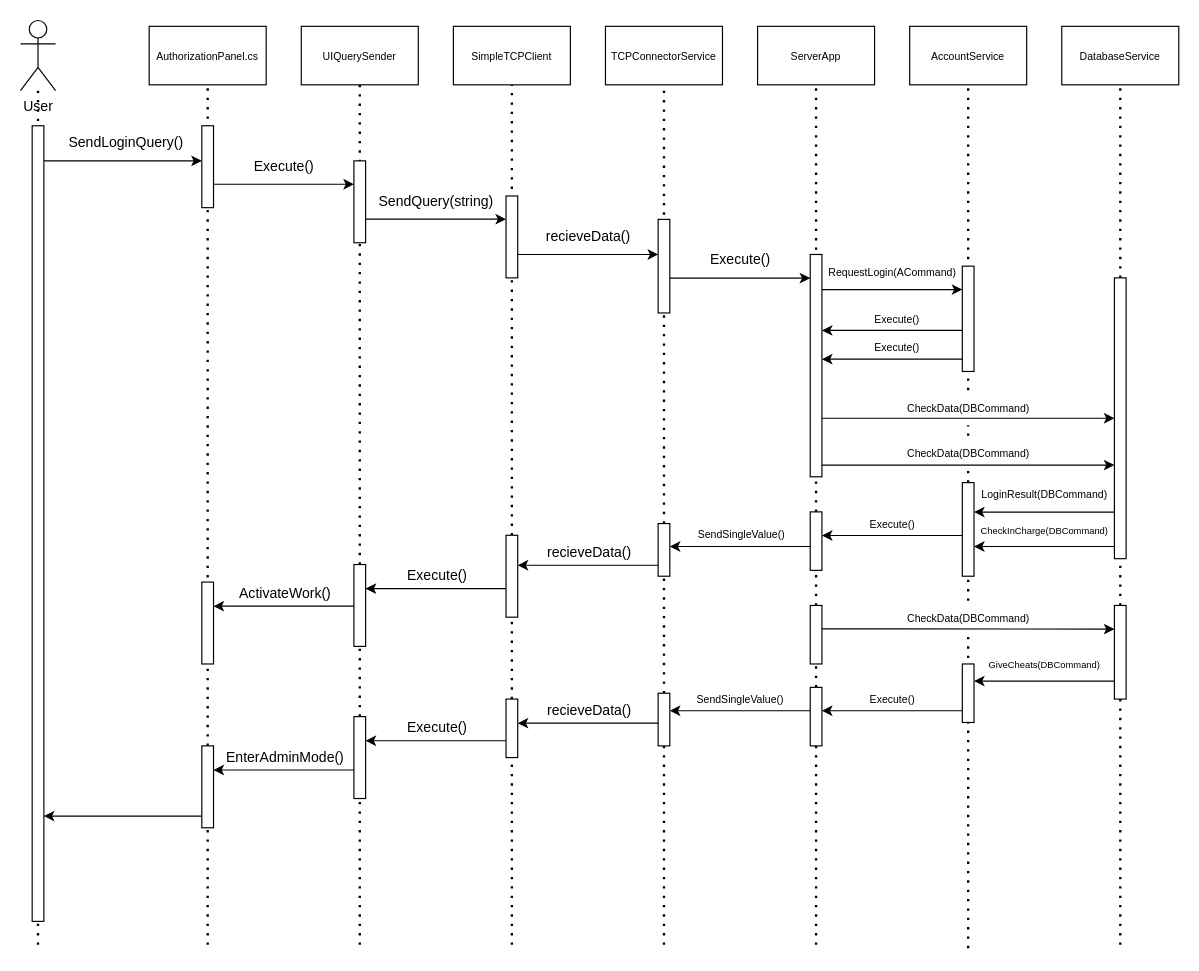
Before: coursework/diagrams/Последовательно.drawio in ThomasCharester/KursuchShop, a draw.io diagram. Source tidied: cells renumbered, new cells numbered last; positions are measured from the earlier drawing's top-left corner, leaving out a move shared by most shapes. Both pictures are drawn from the tidied source at 117%, with x=0, y=0 at pixel (20, 20).
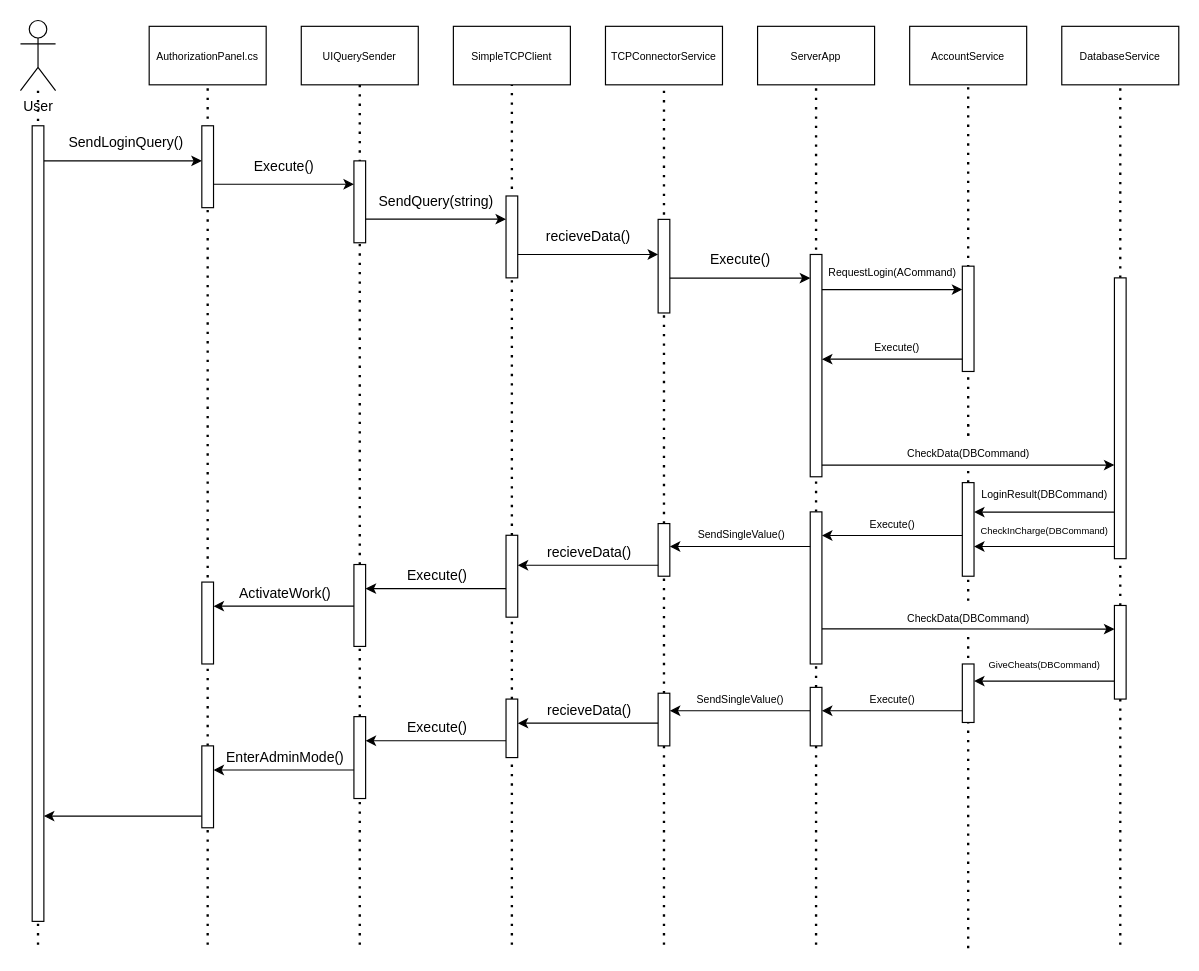
The same page after the edit.

The change refers to these unchanged cells:
```xml
<mxCell id="19" value="&lt;font style=&quot;font-size: 9px;&quot;&gt;AccountService&lt;/font&gt;" style="rounded=0;whiteSpace=wrap;html=1;" parent="1" vertex="1">
  <mxGeometry x="760" y="5" width="100" height="50" as="geometry" />
</mxCell>
<mxCell id="26" style="html=1;points=[[0,0,0,0,5],[0,1,0,0,-5],[1,0,0,0,5],[1,1,0,0,-5]];perimeter=orthogonalPerimeter;outlineConnect=0;targetShapes=umlLifeline;portConstraint=eastwest;newEdgeStyle={&quot;curved&quot;:0,&quot;rounded&quot;:0};" parent="1" vertex="1">
  <mxGeometry x="675" y="200" width="10" height="190" as="geometry" />
</mxCell>
<mxCell id="58" value="&lt;font style=&quot;font-size: 9px;&quot;&gt;CheckData(DBCommand)&lt;/font&gt;" style="text;html=1;align=center;verticalAlign=middle;points=[];strokeColor=none;fillColor=none;" parent="1" vertex="1">
  <mxGeometry x="745" y="355" width="130" height="30" as="geometry" />
</mxCell>
<mxCell id="76" style="html=1;points=[[0,0,0,0,5],[0,1,0,0,-5],[1,0,0,0,5],[1,1,0,0,-5]];perimeter=orthogonalPerimeter;outlineConnect=0;targetShapes=umlLifeline;portConstraint=eastwest;newEdgeStyle={&quot;curved&quot;:0,&quot;rounded&quot;:0};" parent="1" vertex="1">
  <mxGeometry x="675" y="570" width="10" height="50" as="geometry" />
</mxCell>
```

Change to the diagram source:
```diff
@@
-    <mxCell id="5" style="endArrow=none;dashed=1;html=1;dashPattern=1 3;strokeWidth=2;rounded=0;" parent="1" edge="1" source="60" target="19">
+    <mxCell id="5" style="endArrow=none;dashed=1;html=1;dashPattern=1 3;strokeWidth=2;rounded=0;" parent="1" edge="1" source="58" target="19">
       <mxGeometry relative="1" as="geometry" />
     </mxCell>
@@
-    <mxCell id="39" style="edgeStyle=orthogonalEdgeStyle;rounded=0;jettySize=auto;html=1;curved=0;" parent="1" edge="1" source="26">
-      <mxGeometry relative="1" as="geometry">
-        <mxPoint x="935" y="340" as="targetPoint" />
-        <Array as="points">
-          <mxPoint x="935" y="340" />
-        </Array>
-      </mxGeometry>
-    </mxCell>
@@
-    <mxCell id="47" style="edgeStyle=orthogonalEdgeStyle;rounded=0;jettySize=auto;html=1;curved=0;" parent="1" edge="1" source="62">
+    <mxCell id="47" style="edgeStyle=orthogonalEdgeStyle;rounded=0;orthogonalLoop=1;jettySize=auto;html=1;curved=0;" parent="1" edge="1">
       <mxGeometry relative="1" as="geometry">
+        <mxPoint x="685" y="520" as="sourcePoint" />
         <mxPoint x="935" y="520.2" as="targetPoint" />
         <Array as="points">
           <mxPoint x="750" y="520" />
           <mxPoint x="750" y="520" />
         </Array>
       </mxGeometry>
     </mxCell>
@@
-    <mxCell id="53" style="edgeStyle=orthogonalEdgeStyle;rounded=0;orthogonalLoop=1;jettySize=auto;html=1;curved=0;endArrow=none;endFill=0;startArrow=classic;startFill=1;" parent="1" edge="1">
-      <mxGeometry relative="1" as="geometry">
-        <mxPoint x="685" y="264.9" as="sourcePoint" />
-        <mxPoint x="805" y="264.9" as="targetPoint" />
-        <Array as="points">
-          <mxPoint x="750" y="264.9" />
-          <mxPoint x="750" y="264.9" />
-        </Array>
-      </mxGeometry>
-    </mxCell>
-    <mxCell id="54" value="&lt;font style=&quot;font-size: 9px;&quot;&gt;Execute()&lt;/font&gt;" style="text;html=1;align=center;verticalAlign=middle;strokeColor=none;fillColor=none;" parent="1" vertex="1">
-      <mxGeometry x="719" y="240" width="60" height="30" as="geometry" />
-    </mxCell>
@@
-    <mxCell id="59" style="endArrow=none;dashed=1;html=1;dashPattern=1 3;strokeWidth=2;rounded=0;" parent="1" edge="1" source="58" target="60">
-      <mxGeometry relative="1" as="geometry" />
+    <mxCell id="59" style="endArrow=none;dashed=1;html=1;dashPattern=1 3;strokeWidth=2;rounded=0;" parent="1" edge="1" source="58">
+      <mxGeometry relative="1" as="geometry">
+        <mxPoint x="810" y="346" as="targetPoint" />
+      </mxGeometry>
     </mxCell>
-    <mxCell id="60" value="&lt;font style=&quot;font-size: 9px;&quot;&gt;CheckData(DBCommand)&lt;/font&gt;" style="text;html=1;align=center;verticalAlign=middle;points=[];strokeColor=none;fillColor=none;" parent="1" vertex="1">
-      <mxGeometry x="745" y="316" width="130" height="30" as="geometry" />
-    </mxCell>
-    <mxCell id="61" style="endArrow=none;dashed=1;html=1;dashPattern=1 3;strokeWidth=2;rounded=0;" parent="1" edge="1" source="76" target="62">
-      <mxGeometry relative="1" as="geometry" />
+    <mxCell id="61" style="endArrow=none;dashed=1;html=1;dashPattern=1 3;strokeWidth=2;rounded=0;" parent="1" edge="1" source="76">
+      <mxGeometry relative="1" as="geometry">
+        <mxPoint x="680" y="550" as="targetPoint" />
+      </mxGeometry>
     </mxCell>
-    <mxCell id="62" style="html=1;points=[[0,0,0,0,5],[0,1,0,0,-5],[1,0,0,0,5],[1,1,0,0,-5]];perimeter=orthogonalPerimeter;outlineConnect=0;targetShapes=umlLifeline;portConstraint=eastwest;newEdgeStyle={&quot;curved&quot;:0,&quot;rounded&quot;:0};" parent="1" vertex="1">
-      <mxGeometry x="675" y="500" width="10" height="50" as="geometry" />
-    </mxCell>
@@
-    <mxCell id="64" style="endArrow=none;dashed=1;html=1;dashPattern=1 3;strokeWidth=2;rounded=0;" parent="1" edge="1" source="62" target="65">
-      <mxGeometry relative="1" as="geometry" />
+    <mxCell id="64" style="endArrow=none;dashed=1;html=1;dashPattern=1 3;strokeWidth=2;rounded=0;" parent="1" edge="1" target="65">
+      <mxGeometry relative="1" as="geometry">
+        <mxPoint x="680" y="500" as="sourcePoint" />
+      </mxGeometry>
     </mxCell>
     <mxCell id="65" style="html=1;points=[[0,0,0,0,5],[0,1,0,0,-5],[1,0,0,0,5],[1,1,0,0,-5]];perimeter=orthogonalPerimeter;outlineConnect=0;targetShapes=umlLifeline;portConstraint=eastwest;newEdgeStyle={&quot;curved&quot;:0,&quot;rounded&quot;:0};" parent="1" vertex="1">
-      <mxGeometry x="675" y="420" width="10" height="50" as="geometry" />
+      <mxGeometry x="675" y="420" width="10" height="130" as="geometry" />
     </mxCell>
```
